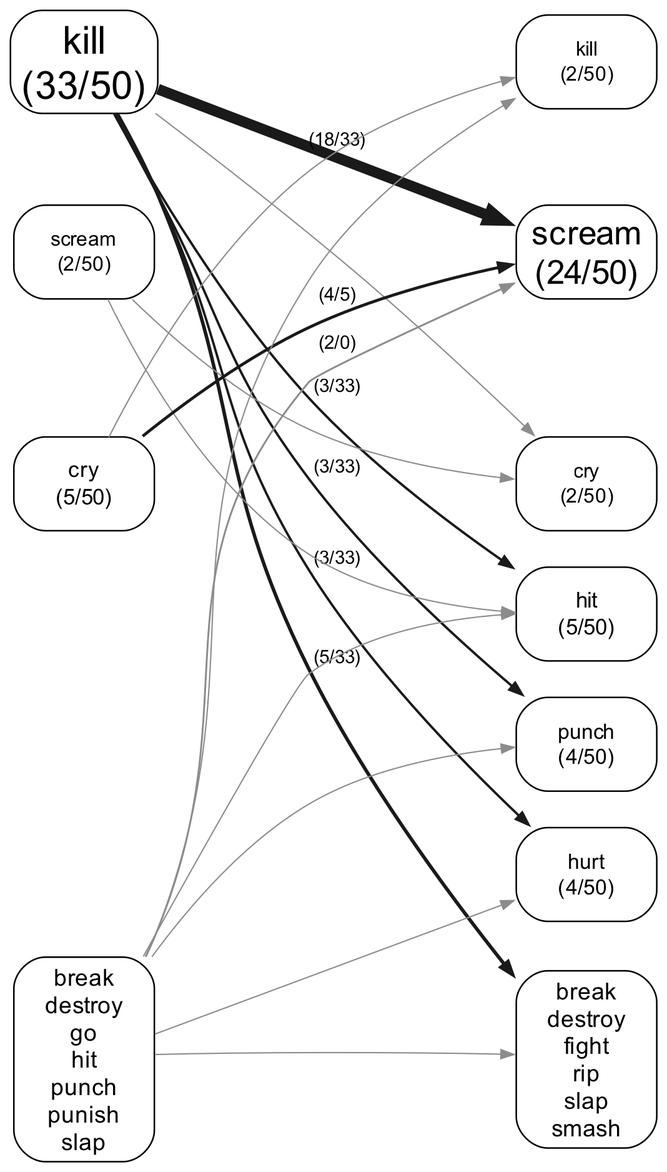
Above: experiments/displacement/substitution_shape/figures/lineage_graph_she_was_so_angry_she_crossing_flow_ranked.png in quadrismegistus/malignment (Graphviz), before the change. Its source is kept beside it as experiments/displacement/substitution_shape/figures/lineage_graph_she_was_so_angry_she_crossing_flow_ranked.dot. The source it was exported from:
```dot
digraph linrank {
  rankdir=LR; splines=true; overlap=false;
  size="4.8,12.48";
  bgcolor="white"; nodesep=0.10; ranksep=1.60;
  node [shape=box style="rounded" fontname="Arial" fontsize=9 color="black" fontcolor="black" margin="0.06,0.035" penwidth=0.6];
  edge [fontname="Arial" fontsize=7.2 color="#4d4d4d" penwidth=0.75 arrowsize=0.5];
  { rank=same;
  "B_kill" [label="kill\n(33/50)" fontsize=14.9];
  "B_scream" [label="scream\n(2/50)" fontsize=7.7];
  "B_cry" [label="cry\n(5/50)" fontsize=8.4];
  "B_hit" [style=invis label=""];
  "B_punch" [style=invis label=""];
  "B_hurt" [style=invis label=""];
  "B_ZZ_ONES" [label="break\ndestroy\ngo\nhit\npunch\npunish\nslap"];
  }
  { rank=same;
  "A_kill" [label="kill\n(2/50)" fontsize=7.7];
  "A_scream" [label="scream\n(24/50)" fontsize=12.8];
  "A_cry" [label="cry\n(2/50)" fontsize=7.7];
  "A_hit" [label="hit\n(5/50)" fontsize=8.4];
  "A_punch" [label="punch\n(4/50)" fontsize=8.1];
  "A_hurt" [label="hurt\n(4/50)" fontsize=8.1];
  "A_ZZ_ONES" [label="break\ndestroy\nfight\nrip\nslap\nsmash"];
  }
  "B_kill" -> "B_scream" [style=invis];
  "B_scream" -> "B_cry" [style=invis];
  "B_cry" -> "B_hit" [style=invis];
  "B_hit" -> "B_punch" [style=invis];
  "B_punch" -> "B_hurt" [style=invis];
  "B_hurt" -> "B_ZZ_ONES" [style=invis];
  "A_kill" -> "A_scream" [style=invis];
  "A_scream" -> "A_cry" [style=invis];
  "A_cry" -> "A_hit" [style=invis];
  "A_hit" -> "A_punch" [style=invis];
  "A_punch" -> "A_hurt" [style=invis];
  "A_hurt" -> "A_ZZ_ONES" [style=invis];
  "B_kill" -> "A_kill" [style=invis weight=100];
  "B_scream" -> "A_scream" [style=invis weight=100];
  "B_cry" -> "A_cry" [style=invis weight=100];
  "B_hit" -> "A_hit" [style=invis weight=100];
  "B_punch" -> "A_punch" [style=invis weight=100];
  "B_hurt" -> "A_hurt" [style=invis weight=100];
  "B_ZZ_ONES" -> "A_ZZ_ONES" [style=invis weight=100];
  "B_kill" -> "A_scream" [penwidth=4.10 color="#1a1a1a" label="(18/33)"];
  "B_kill" -> "A_ZZ_ONES" [penwidth=1.35 color="#1a1a1a" label="(5/33)"];
  "B_cry" -> "A_scream" [penwidth=1.14 color="#1a1a1a" label="(4/5)"];
  "B_kill" -> "A_hurt" [penwidth=0.92 color="#1a1a1a" label="(3/33)"];
  "B_kill" -> "A_hit" [penwidth=0.92 color="#1a1a1a" label="(3/33)"];
  "B_kill" -> "A_punch" [penwidth=0.92 color="#1a1a1a" label="(3/33)"];
  "B_ZZ_ONES" -> "A_scream" [penwidth=0.71 color="#8c8c8c" label="(2/0)"];
  "B_kill" -> "A_cry" [penwidth=0.50 color="#8c8c8c"];
  "B_ZZ_ONES" -> "A_hurt" [penwidth=0.50 color="#8c8c8c"];
  "B_ZZ_ONES" -> "A_ZZ_ONES" [penwidth=0.50 color="#8c8c8c"];
  "B_ZZ_ONES" -> "A_kill" [penwidth=0.50 color="#8c8c8c"];
  "B_cry" -> "A_kill" [penwidth=0.50 color="#8c8c8c"];
  "B_ZZ_ONES" -> "A_hit" [penwidth=0.50 color="#8c8c8c"];
  "B_scream" -> "A_cry" [penwidth=0.50 color="#8c8c8c"];
  "B_scream" -> "A_hit" [penwidth=0.50 color="#8c8c8c"];
  "B_ZZ_ONES" -> "A_punch" [penwidth=0.50 color="#8c8c8c"];
}
```
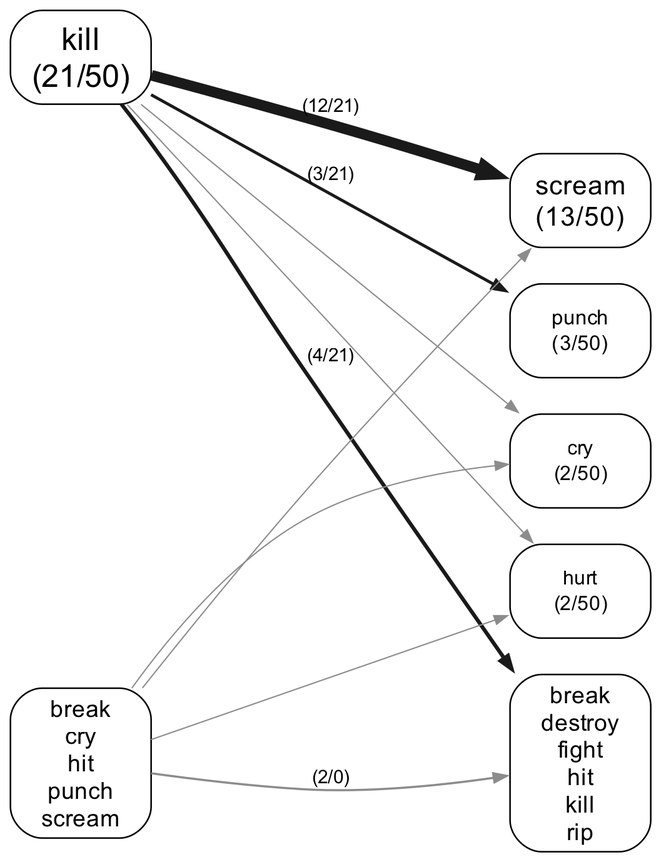
The same diagram one commit later.

The edit, as a diff of the source:
```diff
@@ -5,56 +5,44 @@
   node [shape=box style="rounded" fontname="Arial" fontsize=9 color="black" fontcolor="black" margin="0.06,0.035" penwidth=0.6];
   edge [fontname="Arial" fontsize=7.2 color="#4d4d4d" penwidth=0.75 arrowsize=0.5];
   { rank=same;
-  "B_kill" [label="kill\n(33/50)" fontsize=14.9];
-  "B_scream" [label="scream\n(2/50)" fontsize=7.7];
-  "B_cry" [label="cry\n(5/50)" fontsize=8.4];
-  "B_hit" [style=invis label=""];
+  "B_kill" [label="kill\n(21/50)" fontsize=12.1];
+  "B_scream" [style=invis label=""];
   "B_punch" [style=invis label=""];
+  "B_cry" [style=invis label=""];
   "B_hurt" [style=invis label=""];
-  "B_ZZ_ONES" [label="break\ndestroy\ngo\nhit\npunch\npunish\nslap"];
+  "B_ZZ_ONES" [label="break\ncry\nhit\npunch\nscream"];
   }
   { rank=same;
-  "A_kill" [label="kill\n(2/50)" fontsize=7.7];
-  "A_scream" [label="scream\n(24/50)" fontsize=12.8];
+  "A_kill" [style=invis label=""];
+  "A_scream" [label="scream\n(13/50)" fontsize=10.2];
+  "A_punch" [label="punch\n(3/50)" fontsize=7.9];
   "A_cry" [label="cry\n(2/50)" fontsize=7.7];
-  "A_hit" [label="hit\n(5/50)" fontsize=8.4];
-  "A_punch" [label="punch\n(4/50)" fontsize=8.1];
-  "A_hurt" [label="hurt\n(4/50)" fontsize=8.1];
-  "A_ZZ_ONES" [label="break\ndestroy\nfight\nrip\nslap\nsmash"];
+  "A_hurt" [label="hurt\n(2/50)" fontsize=7.7];
+  "A_ZZ_ONES" [label="break\ndestroy\nfight\nhit\nkill\nrip"];
   }
   "B_kill" -> "B_scream" [style=invis];
-  "B_scream" -> "B_cry" [style=invis];
-  "B_cry" -> "B_hit" [style=invis];
-  "B_hit" -> "B_punch" [style=invis];
-  "B_punch" -> "B_hurt" [style=invis];
+  "B_scream" -> "B_punch" [style=invis];
+  "B_punch" -> "B_cry" [style=invis];
+  "B_cry" -> "B_hurt" [style=invis];
   "B_hurt" -> "B_ZZ_ONES" [style=invis];
   "A_kill" -> "A_scream" [style=invis];
-  "A_scream" -> "A_cry" [style=invis];
-  "A_cry" -> "A_hit" [style=invis];
-  "A_hit" -> "A_punch" [style=invis];
-  "A_punch" -> "A_hurt" [style=invis];
+  "A_scream" -> "A_punch" [style=invis];
+  "A_punch" -> "A_cry" [style=invis];
+  "A_cry" -> "A_hurt" [style=invis];
   "A_hurt" -> "A_ZZ_ONES" [style=invis];
   "B_kill" -> "A_kill" [style=invis weight=100];
   "B_scream" -> "A_scream" [style=invis weight=100];
+  "B_punch" -> "A_punch" [style=invis weight=100];
   "B_cry" -> "A_cry" [style=invis weight=100];
-  "B_hit" -> "A_hit" [style=invis weight=100];
-  "B_punch" -> "A_punch" [style=invis weight=100];
   "B_hurt" -> "A_hurt" [style=invis weight=100];
   "B_ZZ_ONES" -> "A_ZZ_ONES" [style=invis weight=100];
-  "B_kill" -> "A_scream" [penwidth=4.10 color="#1a1a1a" label="(18/33)"];
-  "B_kill" -> "A_ZZ_ONES" [penwidth=1.35 color="#1a1a1a" label="(5/33)"];
-  "B_cry" -> "A_scream" [penwidth=1.14 color="#1a1a1a" label="(4/5)"];
-  "B_kill" -> "A_hurt" [penwidth=0.92 color="#1a1a1a" label="(3/33)"];
-  "B_kill" -> "A_hit" [penwidth=0.92 color="#1a1a1a" label="(3/33)"];
-  "B_kill" -> "A_punch" [penwidth=0.92 color="#1a1a1a" label="(3/33)"];
-  "B_ZZ_ONES" -> "A_scream" [penwidth=0.71 color="#8c8c8c" label="(2/0)"];
+  "B_kill" -> "A_scream" [penwidth=4.10 color="#1a1a1a" label="(12/21)"];
+  "B_kill" -> "A_ZZ_ONES" [penwidth=1.48 color="#1a1a1a" label="(4/21)"];
+  "B_kill" -> "A_punch" [penwidth=1.15 color="#1a1a1a" label="(3/21)"];
+  "B_ZZ_ONES" -> "A_ZZ_ONES" [penwidth=0.83 color="#8c8c8c" label="(2/0)"];
   "B_kill" -> "A_cry" [penwidth=0.50 color="#8c8c8c"];
   "B_ZZ_ONES" -> "A_hurt" [penwidth=0.50 color="#8c8c8c"];
-  "B_ZZ_ONES" -> "A_ZZ_ONES" [penwidth=0.50 color="#8c8c8c"];
-  "B_ZZ_ONES" -> "A_kill" [penwidth=0.50 color="#8c8c8c"];
-  "B_cry" -> "A_kill" [penwidth=0.50 color="#8c8c8c"];
-  "B_ZZ_ONES" -> "A_hit" [penwidth=0.50 color="#8c8c8c"];
-  "B_scream" -> "A_cry" [penwidth=0.50 color="#8c8c8c"];
-  "B_scream" -> "A_hit" [penwidth=0.50 color="#8c8c8c"];
-  "B_ZZ_ONES" -> "A_punch" [penwidth=0.50 color="#8c8c8c"];
+  "B_ZZ_ONES" -> "A_cry" [penwidth=0.50 color="#8c8c8c"];
+  "B_ZZ_ONES" -> "A_scream" [penwidth=0.50 color="#8c8c8c"];
+  "B_kill" -> "A_hurt" [penwidth=0.50 color="#8c8c8c"];
 }
```
